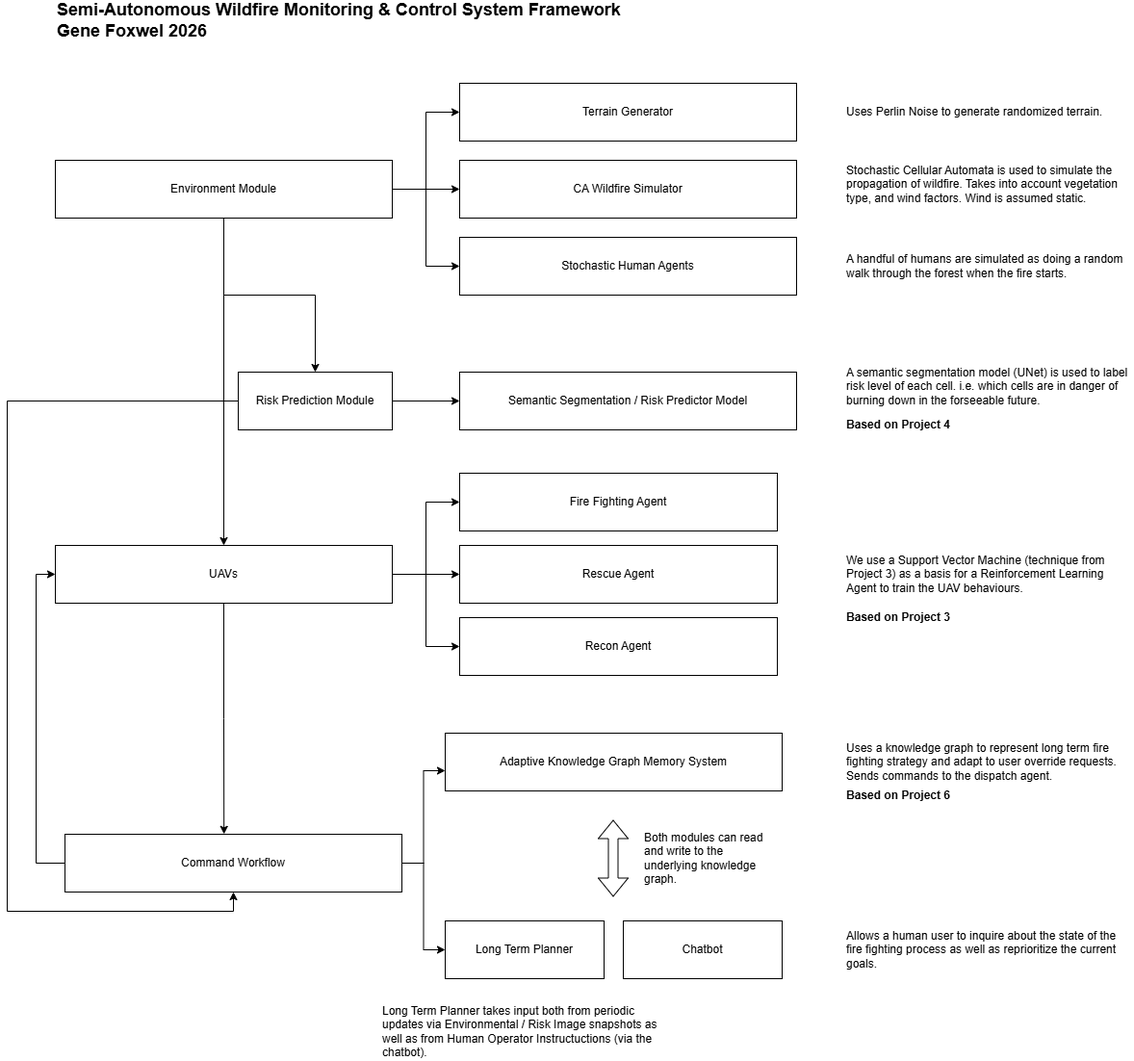
Before: SystemDesign-System Arch.drawio.png, a diagram exported from draw.io (streklin/industry-integrated-ai-systems-synthesis). Source tidied: cells renumbered, new cells last; positions are measured from the earlier drawing's top-left corner, leaving out a move shared by most shapes.
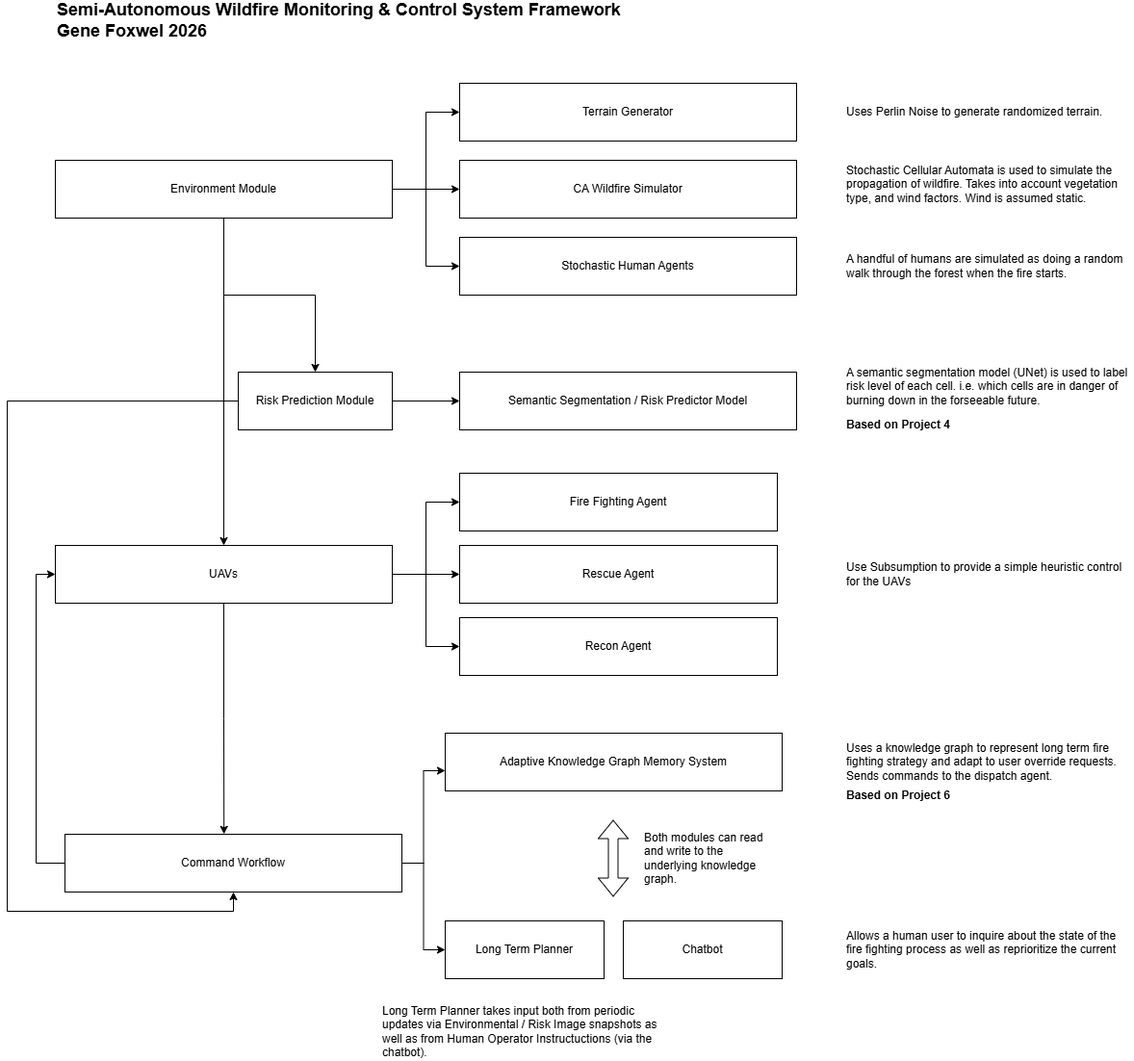
Later version of the same file.

Change to the diagram source:
```diff
@@ -136,11 +136,8 @@
     <mxCell id="41" value="Rescue Agent" style="rounded=0;whiteSpace=wrap;html=1;" parent="1" vertex="1">
       <mxGeometry x="470" y="560" width="330" height="60" as="geometry" />
     </mxCell>
-    <mxCell id="42" value="We use a Support Vector Machine (technique from Project 3) as a basis for a Reinforcement Learning Agent to train the UAV behaviours." style="text;html=1;align=left;verticalAlign=middle;whiteSpace=wrap;rounded=0;" parent="1" vertex="1">
+    <mxCell id="42" value="Use Subsumption to provide a simple heuristic control for the UAVs" style="text;html=1;align=left;verticalAlign=middle;whiteSpace=wrap;rounded=0;" parent="1" vertex="1">
       <mxGeometry x="870" y="575" width="300" height="30" as="geometry" />
     </mxCell>
-    <mxCell id="43" value="Based on Project 3&amp;nbsp;" style="text;html=1;align=left;verticalAlign=middle;whiteSpace=wrap;rounded=0;fontStyle=1;" parent="1" vertex="1">
-      <mxGeometry x="870" y="620" width="300" height="30" as="geometry" />
-    </mxCell>
   </root>
 </mxGraphModel>
```
